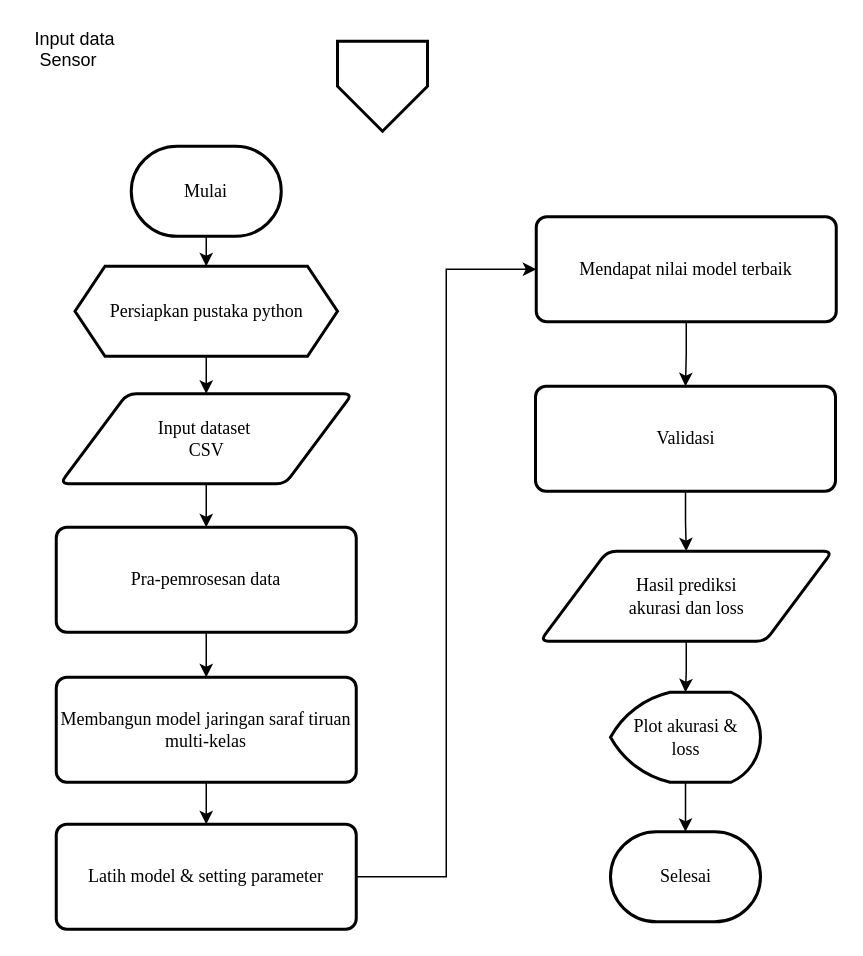
Earlier version of the draw.io diagram page "Copy of Page-1" (2 of 2) of Untitled Diagram.drawio (joeinus134131/OnlineDiagramProject). Source tidied: cells renumbered, new cells numbered last; positions are measured from the earlier drawing's top-left corner, leaving out a move shared by most shapes. Both pictures are drawn from the tidied source at 150%, with x=0, y=0 at pixel (26, 26).
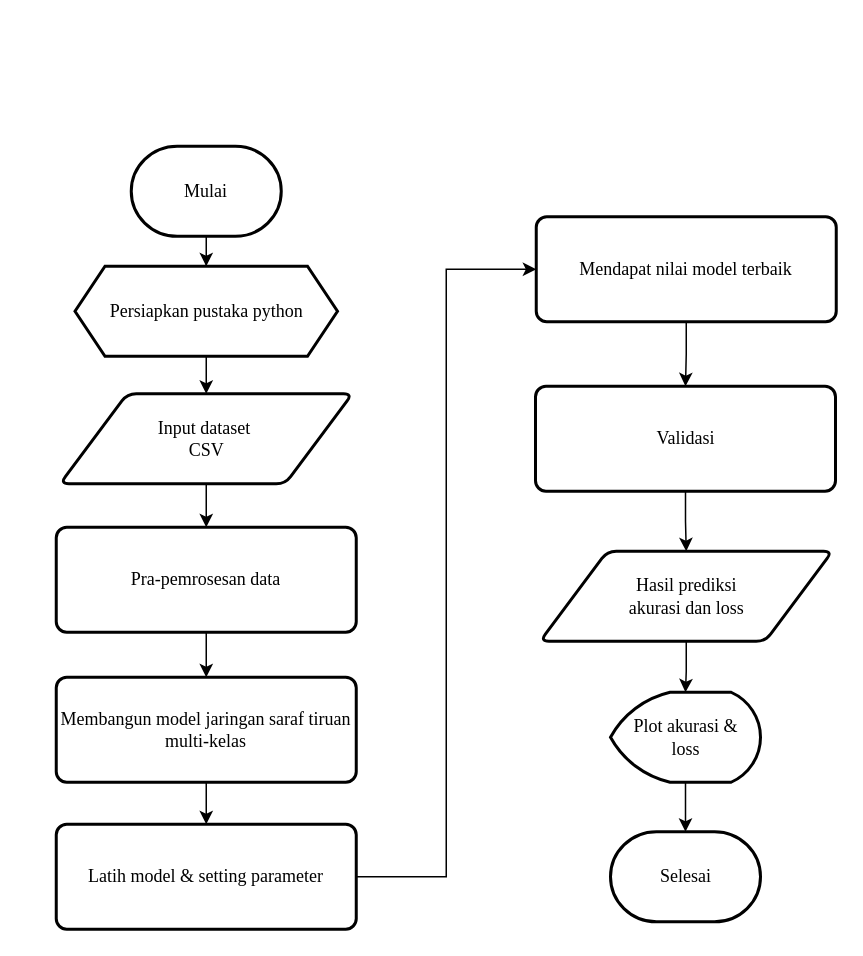
Above is the later version.

Diff of the diagram source:
```diff
@@
-    <mxCell id="2" value="Input data&#10; Sensor" style="text;strokeColor=none;fillColor=none;align=left;verticalAlign=middle;spacingLeft=4;spacingRight=4;overflow=hidden;" parent="1" vertex="1">
-      <mxGeometry width="110" height="30" as="geometry" />
-    </mxCell>
@@
-    <mxCell id="24" style="verticalLabelPosition=bottom;verticalAlign=top;html=1;shape=offPageConnector;rounded=0;size=0.5;fontFamily=Times New Roman;strokeWidth=2;" parent="1" vertex="1">
-      <mxGeometry x="207.5" y="10" width="60" height="60" as="geometry" />
-    </mxCell>
```
